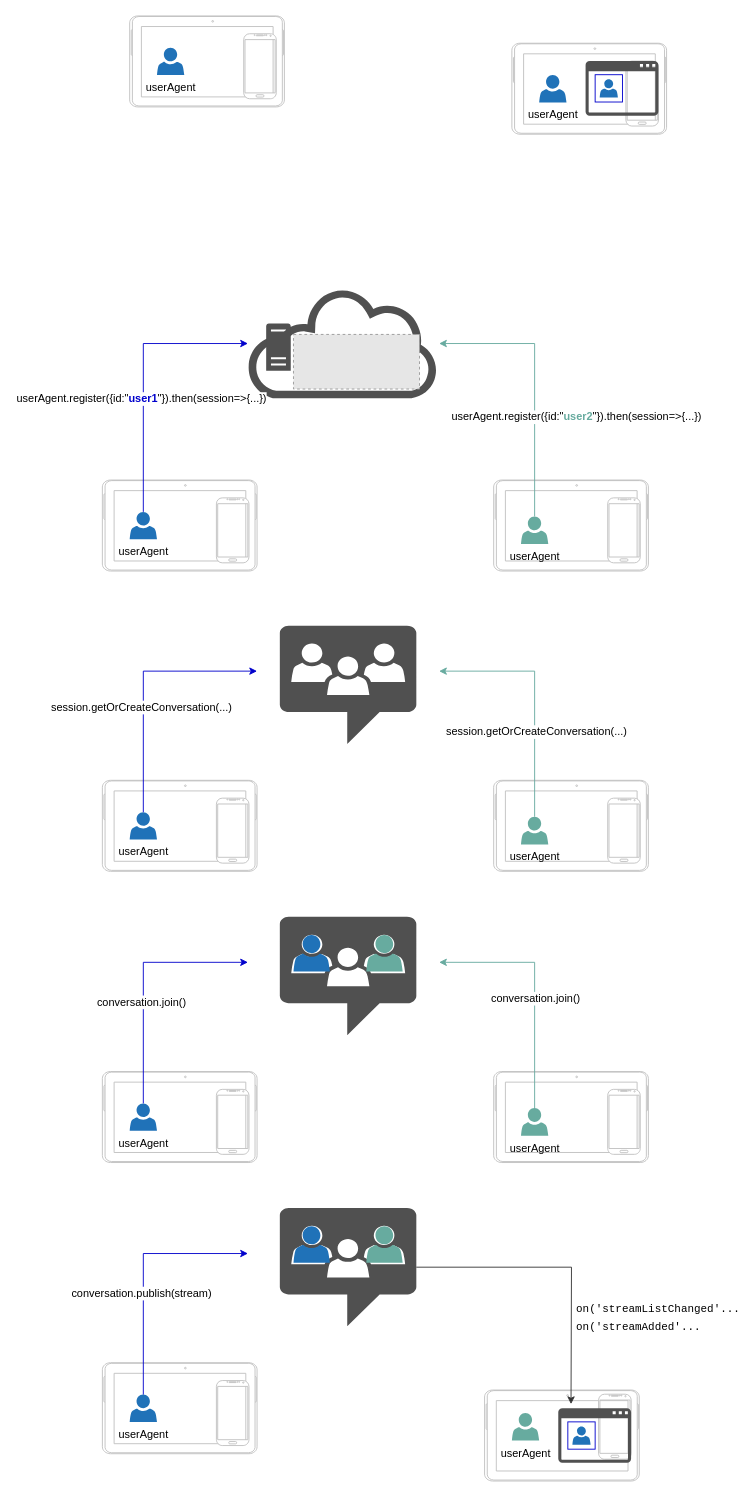
Above: doc/apirtc_doc.drawio in kmoyse-apizee/apizee (draw.io), before the change. Source tidied: cells renumbered, new cells numbered last; positions are measured from the earlier drawing's top-left corner, leaving out a move shared by most shapes. Both pictures are drawn from the tidied source at 91%, with x=0, y=0 at pixel (102, 15). Pictures stored in the file or linked from it are replaced by grey dashed boxes.
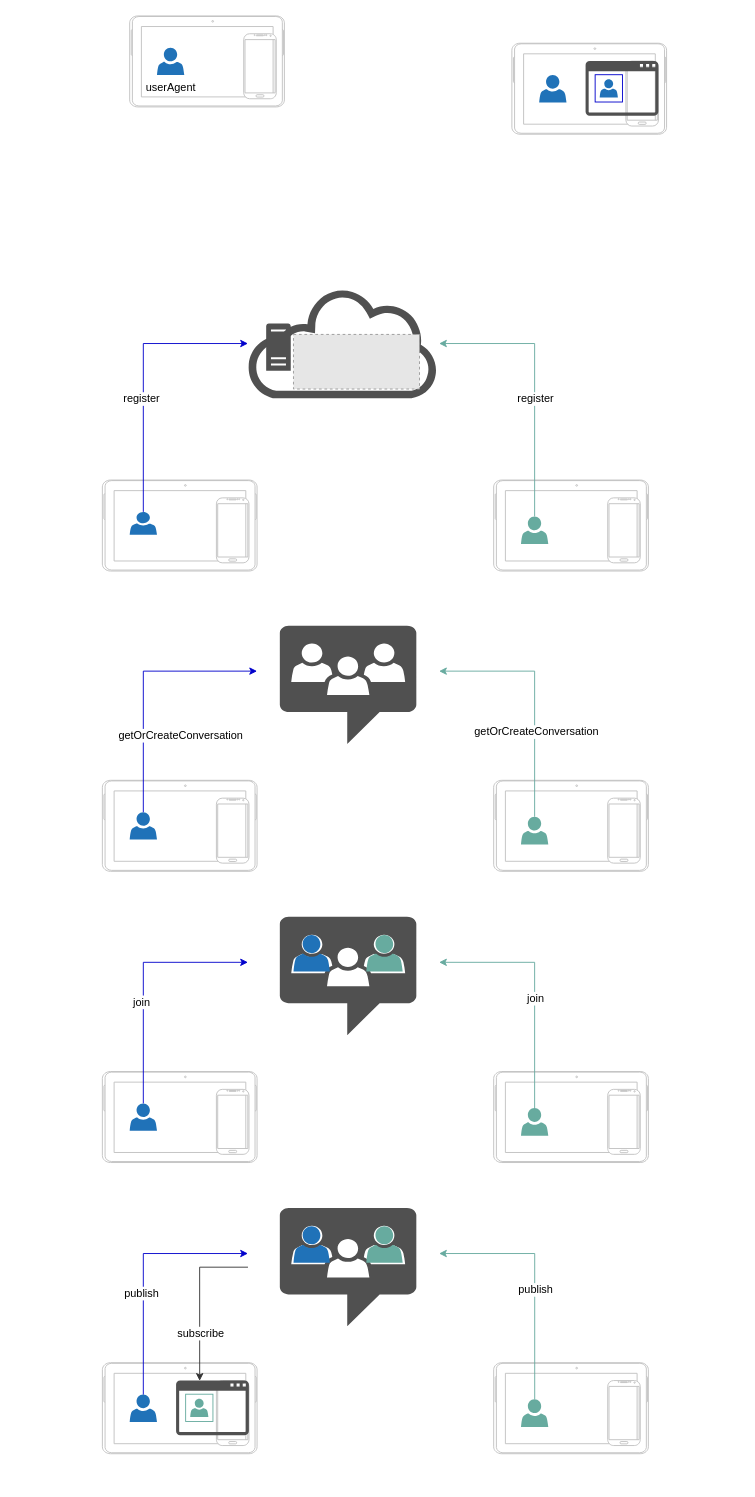
The same page after the edit.

The change refers to these unchanged cells:
```xml
<mxCell id="2" style="group;" parent="1" vertex="1">
  <mxGeometry y="510" width="170" height="100" as="geometry" />
</mxCell>
<mxCell id="6" style="group;" parent="1" vertex="1">
  <mxGeometry x="430" y="510" width="170" height="100" as="geometry" />
</mxCell>
<mxCell id="14" style="edgeStyle=orthogonalEdgeStyle;rounded=0;jettySize=auto;html=1;strokeColor=#0000CC;" parent="1" edge="1" source="5" target="11">
  <mxGeometry relative="1" as="geometry">
    <Array as="points">
      <mxPoint x="45" y="360" />
    </Array>
  </mxGeometry>
</mxCell>
<mxCell id="16" style="edgeStyle=orthogonalEdgeStyle;rounded=0;jettySize=auto;html=1;strokeColor=#67AB9F;" parent="1" edge="1" source="9" target="11">
  <mxGeometry relative="1" as="geometry">
    <Array as="points">
      <mxPoint x="475" y="360" />
    </Array>
  </mxGeometry>
</mxCell>
<mxCell id="22" style="group;" parent="1" vertex="1">
  <mxGeometry y="840" width="170" height="100" as="geometry" />
</mxCell>
<mxCell id="26" style="group;" parent="1" vertex="1">
  <mxGeometry x="430" y="840" width="170" height="100" as="geometry" />
</mxCell>
<mxCell id="30" style="edgeStyle=orthogonalEdgeStyle;rounded=0;jettySize=auto;html=1;strokeColor=#0000CC;" parent="1" edge="1" source="25">
  <mxGeometry relative="1" as="geometry">
    <mxPoint x="170" y="720" as="targetPoint" />
    <Array as="points">
      <mxPoint x="45" y="720" />
      <mxPoint x="160" y="720" />
    </Array>
  </mxGeometry>
</mxCell>
<mxCell id="32" style="edgeStyle=orthogonalEdgeStyle;rounded=0;jettySize=auto;html=1;strokeColor=#67AB9F;" parent="1" edge="1" source="29">
  <mxGeometry relative="1" as="geometry">
    <mxPoint x="370" y="720" as="targetPoint" />
    <Array as="points">
      <mxPoint x="475" y="720" />
    </Array>
  </mxGeometry>
</mxCell>
<mxCell id="35" style="group;" parent="1" vertex="1">
  <mxGeometry y="1160" width="170" height="100" as="geometry" />
</mxCell>
<mxCell id="39" style="group;" parent="1" vertex="1">
  <mxGeometry x="430" y="1160" width="170" height="100" as="geometry" />
</mxCell>
<mxCell id="43" style="edgeStyle=orthogonalEdgeStyle;rounded=0;jettySize=auto;html=1;strokeColor=#0000CC;" parent="1" edge="1" source="38">
  <mxGeometry relative="1" as="geometry">
    <mxPoint x="160" y="1040" as="targetPoint" />
    <Array as="points">
      <mxPoint x="45" y="1040" />
    </Array>
  </mxGeometry>
</mxCell>
<mxCell id="45" style="edgeStyle=orthogonalEdgeStyle;rounded=0;jettySize=auto;html=1;strokeColor=#67AB9F;" parent="1" edge="1" source="42">
  <mxGeometry relative="1" as="geometry">
    <mxPoint x="370" y="1040" as="targetPoint" />
    <Array as="points">
      <mxPoint x="475" y="1040" />
    </Array>
  </mxGeometry>
</mxCell>
<mxCell id="50" style="group;" parent="1" vertex="1">
  <mxGeometry y="1480" width="170" height="100" as="geometry" />
</mxCell>
<mxCell id="54" style="edgeStyle=orthogonalEdgeStyle;rounded=0;jettySize=auto;html=1;strokeColor=#0000CC;" parent="1" edge="1" source="53">
  <mxGeometry relative="1" as="geometry">
    <mxPoint x="160" y="1360" as="targetPoint" />
    <Array as="points">
      <mxPoint x="45" y="1360" />
    </Array>
  </mxGeometry>
</mxCell>
<mxCell id="56" style="shadow=0;dashed=0;html=1;strokeColor=none;fillColor=#505050;labelPosition=center;verticalLabelPosition=bottom;verticalAlign=top;outlineConnect=0;align=center;shape=mxgraph.office.communications.chat_room;" parent="1" vertex="1">
  <mxGeometry x="195" y="1310" width="150" height="130" as="geometry" />
</mxCell>
<mxCell id="64" style="group;" parent="1" vertex="1">
  <mxGeometry x="450" y="30" width="170" height="100" as="geometry" />
</mxCell>
```

What changed in the source:
```diff
@@
-    <mxCell id="5" value="userAgent" style="shadow=0;dashed=0;html=1;strokeColor=none;labelPosition=center;verticalLabelPosition=bottom;verticalAlign=top;outlineConnect=0;align=center;shape=mxgraph.office.users.user;fillColor=#2072B8;" parent="2" vertex="1">
-      <mxGeometry x="30" y="35" width="30" height="30" as="geometry" />
+    <mxCell id="5" style="shadow=0;dashed=0;html=1;strokeColor=none;labelPosition=center;verticalLabelPosition=bottom;verticalAlign=top;outlineConnect=0;align=center;shape=mxgraph.office.users.user;fillColor=#2072B8;" parent="2" vertex="1">
+      <mxGeometry x="30" y="35" width="30" height="25" as="geometry" />
     </mxCell>
@@
-    <mxCell id="9" value="userAgent" style="shadow=0;dashed=0;html=1;strokeColor=none;labelPosition=center;verticalLabelPosition=bottom;verticalAlign=top;outlineConnect=0;align=center;shape=mxgraph.office.users.user;fillColor=#67AB9F;" parent="6" vertex="1">
+    <mxCell id="9" style="shadow=0;dashed=0;html=1;strokeColor=none;labelPosition=center;verticalLabelPosition=bottom;verticalAlign=top;outlineConnect=0;align=center;shape=mxgraph.office.users.user;fillColor=#67AB9F;" parent="6" vertex="1">
       <mxGeometry x="30" y="40" width="30" height="30.4" as="geometry" />
     </mxCell>
@@
-    <mxCell id="15" value="&lt;font style=&quot;font-size: 12px&quot;&gt;userAgent.register({id:&quot;&lt;b&gt;&lt;font color=&quot;#0000cc&quot;&gt;user1&lt;/font&gt;&lt;/b&gt;&quot;}).then(session=&amp;gt;{...})&lt;/font&gt;" style="edgeLabel;html=1;align=center;verticalAlign=middle;" parent="14" vertex="1">
+    <mxCell id="15" value="&lt;span style=&quot;font-size: 12px&quot;&gt;register&lt;/span&gt;" style="edgeLabel;html=1;align=center;verticalAlign=middle;" parent="14" vertex="1">
       <mxGeometry x="-0.17" y="3" relative="1" as="geometry" />
     </mxCell>
@@
-    <mxCell id="17" value="&lt;font style=&quot;font-size: 12px&quot;&gt;userAgent.register({id:&quot;&lt;b&gt;&lt;font color=&quot;#67ab9f&quot;&gt;user2&lt;/font&gt;&lt;/b&gt;&quot;}).then(session=&amp;gt;{...})&lt;/font&gt;" style="edgeLabel;html=1;align=center;verticalAlign=middle;" parent="16" vertex="1">
+    <mxCell id="17" value="&lt;span style=&quot;font-size: 12px&quot;&gt;register&lt;/span&gt;" style="edgeLabel;html=1;align=center;verticalAlign=middle;" parent="16" vertex="1">
       <mxGeometry x="0.2" y="1" relative="1" as="geometry">
-        <mxPoint x="46" y="67" as="offset" />
+        <mxPoint x="1" y="47" as="offset" />
       </mxGeometry>
     </mxCell>
@@
-    <mxCell id="25" value="userAgent" style="shadow=0;dashed=0;html=1;strokeColor=none;labelPosition=center;verticalLabelPosition=bottom;verticalAlign=top;outlineConnect=0;align=center;shape=mxgraph.office.users.user;fillColor=#2072B8;" parent="22" vertex="1">
+    <mxCell id="25" style="shadow=0;dashed=0;html=1;strokeColor=none;labelPosition=center;verticalLabelPosition=bottom;verticalAlign=top;outlineConnect=0;align=center;shape=mxgraph.office.users.user;fillColor=#2072B8;" parent="22" vertex="1">
       <mxGeometry x="30" y="35" width="30" height="30" as="geometry" />
     </mxCell>
@@
-    <mxCell id="29" value="userAgent" style="shadow=0;dashed=0;html=1;strokeColor=none;labelPosition=center;verticalLabelPosition=bottom;verticalAlign=top;outlineConnect=0;align=center;shape=mxgraph.office.users.user;fillColor=#67AB9F;" parent="26" vertex="1">
+    <mxCell id="29" style="shadow=0;dashed=0;html=1;strokeColor=none;labelPosition=center;verticalLabelPosition=bottom;verticalAlign=top;outlineConnect=0;align=center;shape=mxgraph.office.users.user;fillColor=#67AB9F;" parent="26" vertex="1">
       <mxGeometry x="30" y="40" width="30" height="30.4" as="geometry" />
     </mxCell>
@@
-    <mxCell id="31" value="&lt;span style=&quot;font-size: 12px&quot;&gt;session.getOrCreateConversation(...)&lt;/span&gt;" style="edgeLabel;html=1;align=center;verticalAlign=middle;" parent="30" vertex="1">
-      <mxGeometry x="-0.17" y="3" relative="1" as="geometry" />
+    <mxCell id="31" value="&lt;span style=&quot;font-size: 12px&quot;&gt;getOrCreateConversation&lt;/span&gt;" style="edgeLabel;html=1;align=center;verticalAlign=middle;" parent="30" vertex="1">
+      <mxGeometry x="-0.17" y="3" relative="1" as="geometry">
+        <mxPoint x="43" y="31" as="offset" />
+      </mxGeometry>
     </mxCell>
@@
-    <mxCell id="33" value="&lt;span style=&quot;font-size: 12px&quot;&gt;session.getOrCreateConversation(...)&lt;/span&gt;" style="edgeLabel;html=1;align=center;verticalAlign=middle;" parent="32" vertex="1">
+    <mxCell id="33" value="&lt;span style=&quot;font-size: 12px&quot;&gt;getOrCreateConversation&lt;/span&gt;" style="edgeLabel;html=1;align=center;verticalAlign=middle;" parent="32" vertex="1">
       <mxGeometry x="-0.29" y="-1" relative="1" as="geometry" />
     </mxCell>
@@
-    <mxCell id="38" value="userAgent" style="shadow=0;dashed=0;html=1;strokeColor=none;labelPosition=center;verticalLabelPosition=bottom;verticalAlign=top;outlineConnect=0;align=center;shape=mxgraph.office.users.user;fillColor=#2072B8;" parent="35" vertex="1">
+    <mxCell id="38" style="shadow=0;dashed=0;html=1;strokeColor=none;labelPosition=center;verticalLabelPosition=bottom;verticalAlign=top;outlineConnect=0;align=center;shape=mxgraph.office.users.user;fillColor=#2072B8;" parent="35" vertex="1">
       <mxGeometry x="30" y="35" width="30" height="30" as="geometry" />
     </mxCell>
@@
-    <mxCell id="42" value="userAgent" style="shadow=0;dashed=0;html=1;strokeColor=none;labelPosition=center;verticalLabelPosition=bottom;verticalAlign=top;outlineConnect=0;align=center;shape=mxgraph.office.users.user;fillColor=#67AB9F;" parent="39" vertex="1">
+    <mxCell id="42" style="shadow=0;dashed=0;html=1;strokeColor=none;labelPosition=center;verticalLabelPosition=bottom;verticalAlign=top;outlineConnect=0;align=center;shape=mxgraph.office.users.user;fillColor=#67AB9F;" parent="39" vertex="1">
       <mxGeometry x="30" y="40.2" width="30" height="30.4" as="geometry" />
     </mxCell>
@@
-    <mxCell id="44" value="&lt;span style=&quot;font-size: 12px&quot;&gt;conversation.join()&lt;/span&gt;" style="edgeLabel;html=1;align=center;verticalAlign=middle;" parent="43" vertex="1">
+    <mxCell id="44" value="&lt;span style=&quot;font-size: 12px&quot;&gt;join&lt;br&gt;&lt;/span&gt;" style="edgeLabel;html=1;align=center;verticalAlign=middle;" parent="43" vertex="1">
       <mxGeometry x="-0.17" y="3" relative="1" as="geometry" />
     </mxCell>
@@
-    <mxCell id="46" value="&lt;span style=&quot;font-size: 12px&quot;&gt;conversation.join()&lt;/span&gt;" style="edgeLabel;html=1;align=center;verticalAlign=middle;" parent="45" vertex="1">
+    <mxCell id="46" value="&lt;span style=&quot;font-size: 12px&quot;&gt;join&lt;/span&gt;" style="edgeLabel;html=1;align=center;verticalAlign=middle;" parent="45" vertex="1">
       <mxGeometry x="-0.09" y="1" relative="1" as="geometry">
         <mxPoint x="1" as="offset" />
       </mxGeometry>
     </mxCell>
@@
-    <mxCell id="53" value="userAgent" style="shadow=0;dashed=0;html=1;strokeColor=none;labelPosition=center;verticalLabelPosition=bottom;verticalAlign=top;outlineConnect=0;align=center;shape=mxgraph.office.users.user;fillColor=#2072B8;" parent="50" vertex="1">
+    <mxCell id="53" style="shadow=0;dashed=0;html=1;strokeColor=none;labelPosition=center;verticalLabelPosition=bottom;verticalAlign=top;outlineConnect=0;align=center;shape=mxgraph.office.users.user;fillColor=#2072B8;" parent="50" vertex="1">
       <mxGeometry x="30" y="35" width="30" height="30" as="geometry" />
     </mxCell>
+    <mxCell id="72" style="group;" parent="50" vertex="1">
+      <mxGeometry x="81" y="19.6" width="80" height="60" as="geometry" />
+    </mxCell>
+    <mxCell id="73" style="shadow=0;dashed=0;html=1;strokeColor=none;fillColor=#505050;labelPosition=center;verticalLabelPosition=bottom;verticalAlign=top;outlineConnect=0;align=center;shape=mxgraph.office.concepts.application_generic;labelBackgroundColor=none;fontColor=#FFFFFF;" parent="72" vertex="1">
+      <mxGeometry width="80" height="60" as="geometry" />
+    </mxCell>
+    <mxCell id="74" style="shadow=0;dashed=0;html=1;strokeColor=none;labelPosition=center;verticalLabelPosition=bottom;verticalAlign=top;align=center;shape=mxgraph.office.users.user;fillColor=#67AB9F;" parent="72" vertex="1">
+      <mxGeometry x="15.5" y="20" width="20" height="20" as="geometry" />
+    </mxCell>
+    <mxCell id="75" style="whiteSpace=wrap;html=1;labelBackgroundColor=none;fontColor=#FFFFFF;strokeColor=#67AB9F;fillColor=none;" parent="72" vertex="1">
+      <mxGeometry x="10.5" y="15" width="30" height="30" as="geometry" />
+    </mxCell>
@@
-    <mxCell id="55" value="&lt;span style=&quot;font-size: 12px&quot;&gt;conversation.publish(stream)&lt;/span&gt;" style="edgeLabel;html=1;align=center;verticalAlign=middle;" parent="54" vertex="1">
+    <mxCell id="55" value="&lt;span style=&quot;font-size: 12px&quot;&gt;publish&lt;/span&gt;" style="edgeLabel;html=1;align=center;verticalAlign=middle;" parent="54" vertex="1">
       <mxGeometry x="-0.17" y="3" relative="1" as="geometry" />
     </mxCell>
@@
-    <mxCell id="59" style="verticalLabelPosition=bottom;verticalAlign=top;html=1;shadow=0;dashed=0;strokeWidth=1;shape=mxgraph.android.tab2;strokeColor=#c0c0c0;direction=north;" parent="1" vertex="1">
-      <mxGeometry x="420" y="1510" width="170" height="100" as="geometry" />
-    </mxCell>
-    <mxCell id="60" style="verticalLabelPosition=bottom;verticalAlign=top;html=1;shadow=0;dashed=0;strokeWidth=1;shape=mxgraph.android.phone2;strokeColor=#c0c0c0;" parent="1" vertex="1">
-      <mxGeometry x="545.3" y="1514.6" width="35.8" height="71.4" as="geometry" />
-    </mxCell>
-    <mxCell id="61" value="userAgent" style="shadow=0;dashed=0;html=1;strokeColor=none;labelPosition=center;verticalLabelPosition=bottom;verticalAlign=top;align=center;shape=mxgraph.office.users.user;fillColor=#67AB9F;" parent="1" vertex="1">
-      <mxGeometry x="450" y="1535.2" width="30" height="30.4" as="geometry" />
-    </mxCell>
-    <mxCell id="62" style="edgeStyle=orthogonalEdgeStyle;rounded=0;jettySize=auto;html=1;strokeColor=#333333;" parent="1" edge="1" source="56">
+    <mxCell id="62" style="edgeStyle=orthogonalEdgeStyle;rounded=0;jettySize=auto;html=1;strokeColor=#333333;entryX=0.324;entryY=0.006;entryDx=0;entryDy=0;entryPerimeter=0;" parent="1" edge="1" target="73">
       <mxGeometry relative="1" as="geometry">
-        <mxPoint x="515" y="1525.5" as="targetPoint" />
+        <mxPoint x="160" y="1375" as="sourcePoint" />
+        <Array as="points">
+          <mxPoint x="107" y="1375" />
+        </Array>
       </mxGeometry>
     </mxCell>
-    <mxCell id="63" value="&lt;div style=&quot;font-family: &amp;#34;droid sans mono&amp;#34; , monospace , monospace , &amp;#34;droid sans fallback&amp;#34; ; line-height: 19px ; font-size: 12px&quot;&gt;&lt;font color=&quot;#000000&quot; style=&quot;font-size: 12px&quot;&gt;on('streamListChanged'...&lt;/font&gt;&lt;/div&gt;&lt;div style=&quot;font-family: &amp;#34;droid sans mono&amp;#34; , monospace , monospace , &amp;#34;droid sans fallback&amp;#34; ; line-height: 19px ; font-size: 12px&quot;&gt;&lt;span style=&quot;color: rgb(0 , 0 , 0)&quot;&gt;on('streamAdded'...&lt;/span&gt;&lt;/div&gt;" style="edgeLabel;html=1;align=left;verticalAlign=middle;labelBackgroundColor=none;fontColor=#FFFFFF;" parent="62" vertex="1">
-      <mxGeometry x="-0.1" y="3" relative="1" as="geometry">
-        <mxPoint x="30" y="58" as="offset" />
-      </mxGeometry>
-    </mxCell>
+    <mxCell id="76" value="&lt;font style=&quot;font-size: 12px&quot;&gt;subscribe&lt;/font&gt;" style="edgeLabel;html=1;align=center;verticalAlign=middle;" parent="62" vertex="1">
+      <mxGeometry x="0.42" y="1" relative="1" as="geometry" />
+    </mxCell>
@@
-    <mxCell id="67" value="&lt;font style=&quot;font-size: 12px&quot;&gt;userAgent&lt;/font&gt;" style="shadow=0;dashed=0;html=1;strokeColor=none;labelPosition=center;verticalLabelPosition=bottom;verticalAlign=top;align=center;shape=mxgraph.office.users.user;fillColor=#2072B8;" parent="64" vertex="1">
+    <mxCell id="67" style="shadow=0;dashed=0;html=1;strokeColor=none;labelPosition=center;verticalLabelPosition=bottom;verticalAlign=top;align=center;shape=mxgraph.office.users.user;fillColor=#2072B8;" parent="64" vertex="1">
       <mxGeometry x="30" y="35" width="30" height="30" as="geometry" />
     </mxCell>
@@
-    <mxCell id="72" style="group;" parent="1" vertex="1">
-      <mxGeometry x="501" y="1530" width="80" height="60" as="geometry" />
-    </mxCell>
-    <mxCell id="73" style="shadow=0;dashed=0;html=1;strokeColor=none;fillColor=#505050;labelPosition=center;verticalLabelPosition=bottom;verticalAlign=top;outlineConnect=0;align=center;shape=mxgraph.office.concepts.application_generic;labelBackgroundColor=none;fontColor=#FFFFFF;" parent="72" vertex="1">
-      <mxGeometry width="80" height="60" as="geometry" />
-    </mxCell>
-    <mxCell id="74" style="shadow=0;dashed=0;html=1;strokeColor=none;labelPosition=center;verticalLabelPosition=bottom;verticalAlign=top;align=center;shape=mxgraph.office.users.user;fillColor=#2072B8;" parent="72" vertex="1">
-      <mxGeometry x="15.5" y="20" width="20" height="20" as="geometry" />
-    </mxCell>
-    <mxCell id="75" style="whiteSpace=wrap;html=1;labelBackgroundColor=none;strokeColor=#0000CC;fontColor=#FFFFFF;fillColor=none;" parent="72" vertex="1">
-      <mxGeometry x="10.5" y="15" width="30" height="30" as="geometry" />
-    </mxCell>
+    <mxCell id="77" style="group;" parent="1" vertex="1">
+      <mxGeometry x="430" y="1480" width="170" height="100" as="geometry" />
+    </mxCell>
+    <mxCell id="78" style="verticalLabelPosition=bottom;verticalAlign=top;html=1;shadow=0;dashed=0;strokeWidth=1;shape=mxgraph.android.tab2;strokeColor=#c0c0c0;direction=north;" parent="77" vertex="1">
+      <mxGeometry width="170" height="100" as="geometry" />
+    </mxCell>
+    <mxCell id="79" style="verticalLabelPosition=bottom;verticalAlign=top;html=1;shadow=0;dashed=0;strokeWidth=1;shape=mxgraph.android.phone2;strokeColor=#c0c0c0;" parent="77" vertex="1">
+      <mxGeometry x="125.3" y="19.6" width="35.8" height="71.4" as="geometry" />
+    </mxCell>
+    <mxCell id="80" style="shadow=0;dashed=0;html=1;strokeColor=none;labelPosition=center;verticalLabelPosition=bottom;verticalAlign=top;align=center;shape=mxgraph.office.users.user;fillColor=#67AB9F;" parent="77" vertex="1">
+      <mxGeometry x="30" y="40.2" width="30" height="30.4" as="geometry" />
+    </mxCell>
+    <mxCell id="81" style="edgeStyle=orthogonalEdgeStyle;rounded=0;orthogonalLoop=1;jettySize=auto;html=1;strokeColor=#67AB9F;" parent="1" edge="1">
+      <mxGeometry relative="1" as="geometry">
+        <mxPoint x="475.1" y="1520.2" as="sourcePoint" />
+        <mxPoint x="370" y="1360" as="targetPoint" />
+        <Array as="points">
+          <mxPoint x="475" y="1360" />
+        </Array>
+      </mxGeometry>
+    </mxCell>
+    <mxCell id="82" value="&lt;span style=&quot;font-size: 12px&quot;&gt;publish&lt;/span&gt;" style="edgeLabel;html=1;align=center;verticalAlign=middle;" parent="81" vertex="1">
+      <mxGeometry x="-0.09" y="1" relative="1" as="geometry">
+        <mxPoint x="1" as="offset" />
+      </mxGeometry>
+    </mxCell>
```
